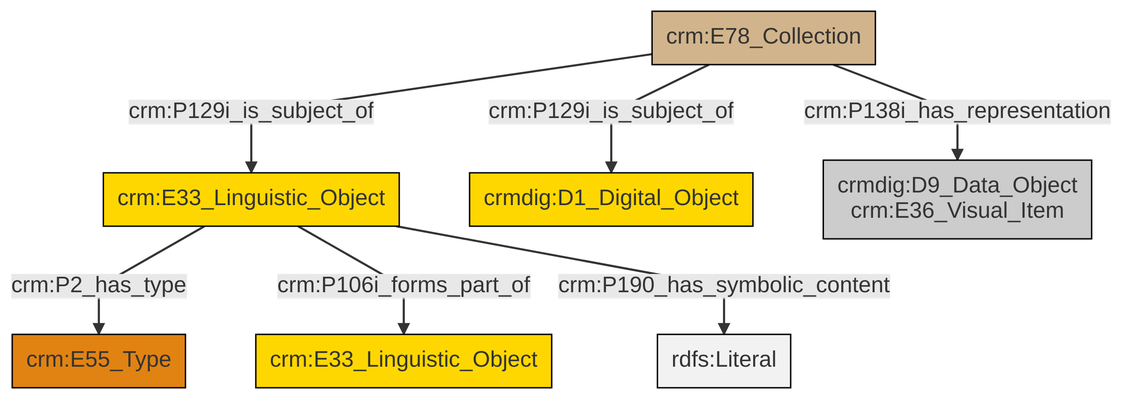
This is et/archivalCSV/ttl/mmd/png/archival_docs.png from swiss-art-research-net/docs.swissartresearch, a Mermaid export, as it was before one commit. Its source is kept beside it as et/archivalCSV/ttl/mmd/archival_docs.ttl.mmd.
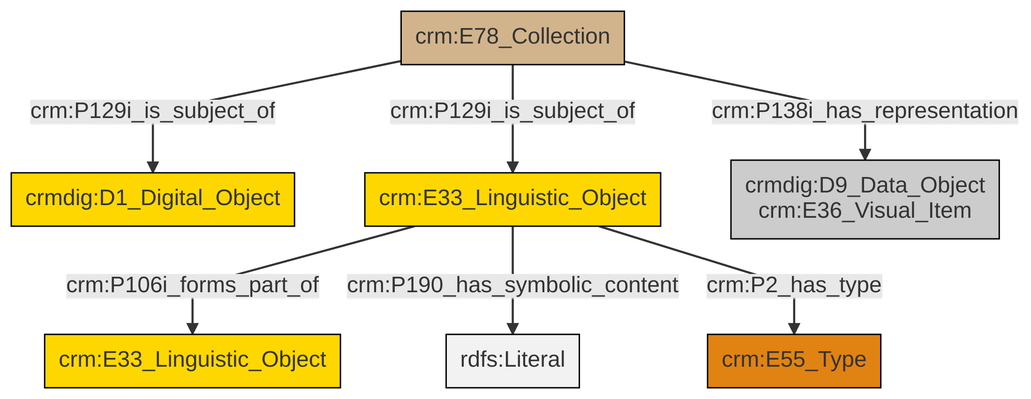
After the change.

What changed in the source:
```diff
@@ -13,9 +13,9 @@
 classDef PC_Classes fill:#4ce600, stroke:#000000;
 classDef Multi fill:#cccccc,stroke:#000000;
 
-0["crm:E33_Linguistic_Object"]:::Conceptual_Object -->|crm:P2_has_type| 1["crm:E55_Type"]:::Type
-0["crm:E33_Linguistic_Object"]:::Conceptual_Object -->|crm:P106i_forms_part_of| 5["crm:E33_Linguistic_Object"]:::Conceptual_Object
-8["crm:E78_Collection"]:::Physical_Thing -->|crm:P129i_is_subject_of| 0["crm:E33_Linguistic_Object"]:::Conceptual_Object
-8["crm:E78_Collection"]:::Physical_Thing -->|crm:P129i_is_subject_of| 3["crmdig:D1_Digital_Object"]:::Conceptual_Object
-8["crm:E78_Collection"]:::Physical_Thing -->|crm:P138i_has_representation| 6["crmdig:D9_Data_Object<br>crm:E36_Visual_Item"]:::Multi
-0["crm:E33_Linguistic_Object"]:::Conceptual_Object -->|crm:P190_has_symbolic_content| 14[rdfs:Literal]:::Literal
+0["crm:E78_Collection"]:::Physical_Thing -->|crm:P129i_is_subject_of| 1["crmdig:D1_Digital_Object"]:::Conceptual_Object
+2["crm:E33_Linguistic_Object"]:::Conceptual_Object -->|crm:P106i_forms_part_of| 3["crm:E33_Linguistic_Object"]:::Conceptual_Object
+2["crm:E33_Linguistic_Object"]:::Conceptual_Object -->|crm:P190_has_symbolic_content| 7[rdfs:Literal]:::Literal
+0["crm:E78_Collection"]:::Physical_Thing -->|crm:P129i_is_subject_of| 2["crm:E33_Linguistic_Object"]:::Conceptual_Object
+0["crm:E78_Collection"]:::Physical_Thing -->|crm:P138i_has_representation| 9["crmdig:D9_Data_Object<br>crm:E36_Visual_Item"]:::Multi
+2["crm:E33_Linguistic_Object"]:::Conceptual_Object -->|crm:P2_has_type| 4["crm:E55_Type"]:::Type
```
